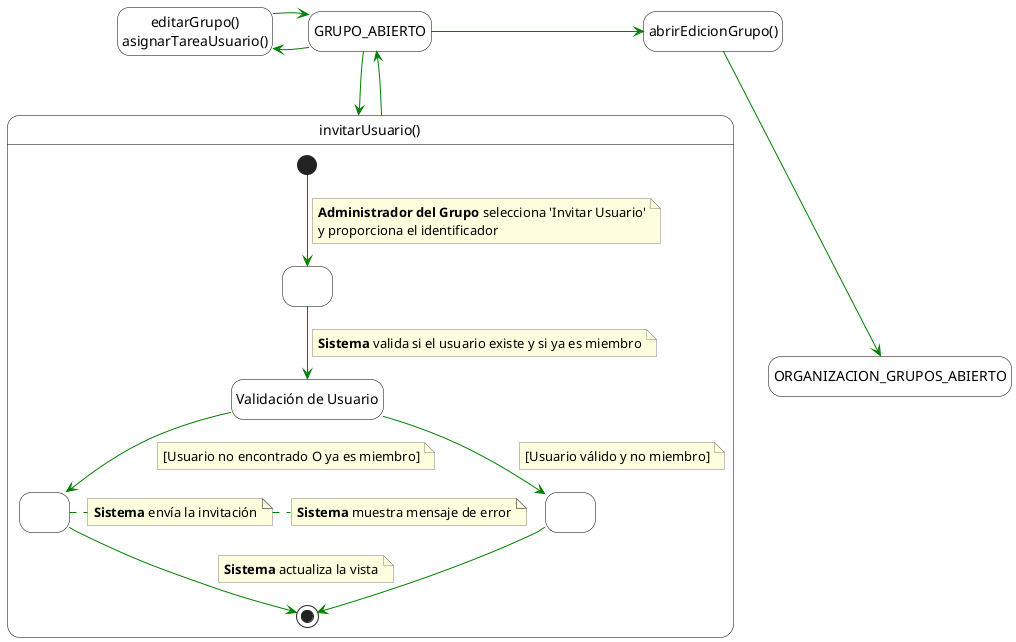
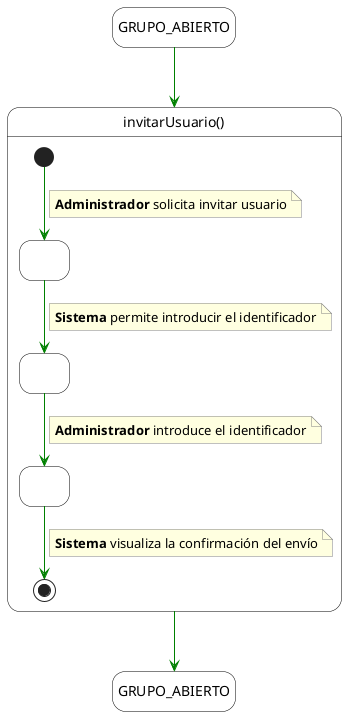
@startuml invitarUsuario
hide empty description

skinparam state {
    BackgroundColor White
    BorderColor Black
    ArrowColor Green
}
skinparam note {
    BackgroundColor LightYellow
    BorderColor Gray
}

state GRUPO_ABIERTO

state "invitarUsuario()" as MainBlock {

    [*] --> Paso1
    note on link
-         **Administrador del Grupo** selecciona 'Invitar Usuario'
-         y proporciona el identificador
+         **Administrador** solicita invitar usuario
    end note

    state Paso1 as " "

    Paso1 --> Paso2
    note on link
-         **Sistema** valida si el usuario existe y si ya es miembro
+         **Sistema** permite introducir el identificador
    end note

-     state Paso2 as "Validación de Usuario"
+     state Paso2 as " "

-     Paso2 --> Exito
+     Paso2 --> Paso3
    note on link
-         [Usuario válido y no miembro]
+         **Administrador** introduce el identificador
    end note

-     Paso2 --> Fracaso
+     state Paso3 as " "
+ 
+     Paso3 --> [*]
    note on link
-         [Usuario no encontrado O ya es miembro]
-     end note
- 
-     state Exito as " "
-     note right
-         **Sistema** envía la invitación
-     end note
- 
-     state Fracaso as " "
-     note right
-         **Sistema** muestra mensaje de error
-     end note
- 
-     Exito --> [*]
-     Fracaso --> [*]
-     note on link
-         **Sistema** actualiza la vista
+         **Sistema** visualiza la confirmación del envío
    end note
}

+ state "GRUPO_ABIERTO" as GRUPO_ABIERTO_FINAL
+ 
GRUPO_ABIERTO -down-> MainBlock
- 
- MainBlock -down-> GRUPO_ABIERTO
- 
- state otras as "editarGrupo()\nasignarTareaUsuario()"
- GRUPO_ABIERTO -left-> otras
- otras -right-> GRUPO_ABIERTO
- 
- state cerrar as "abrirEdicionGrupo()"
- state ORGANIZACION_GRUPOS_ABIERTO
- GRUPO_ABIERTO -right-> cerrar
- cerrar -down-> ORGANIZACION_GRUPOS_ABIERTO
+ MainBlock -down-> GRUPO_ABIERTO_FINAL

@enduml